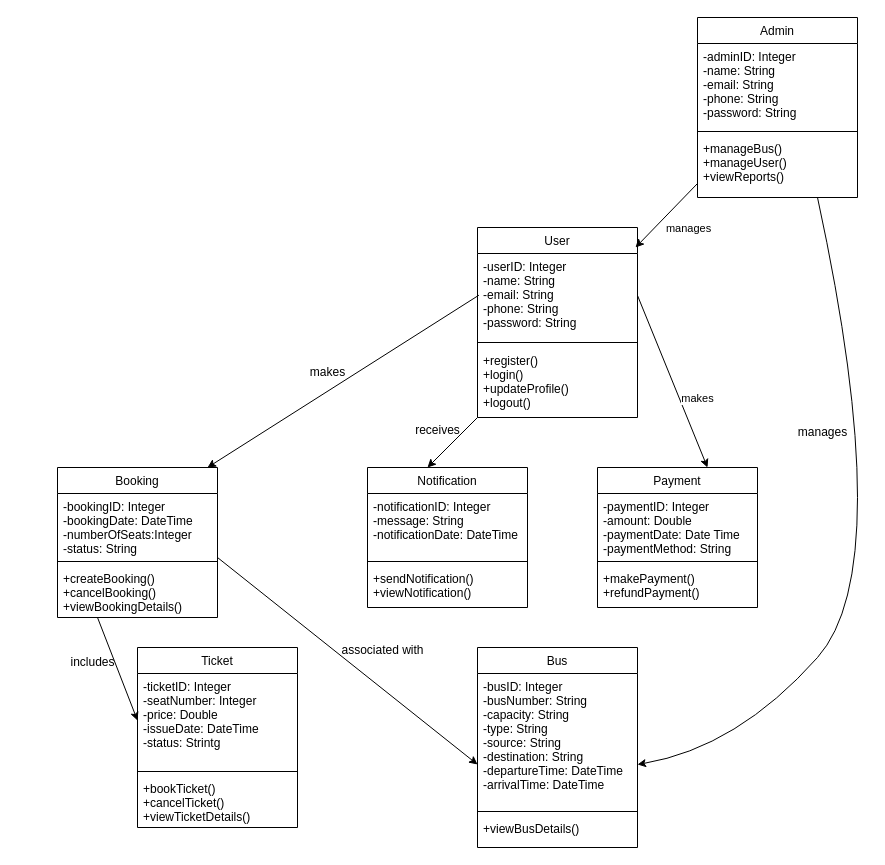
Before: A2 - Class Diagram Online Bus Ticketing System.drawio in Onehealthpoint/SAD-Lab, a draw.io diagram. Source tidied: cells renumbered, new cells numbered last; positions are measured from the earlier drawing's top-left corner, leaving out a move shared by most shapes. Both pictures are drawn from the tidied source at 100%, with x=0, y=0 at pixel (57, 17).
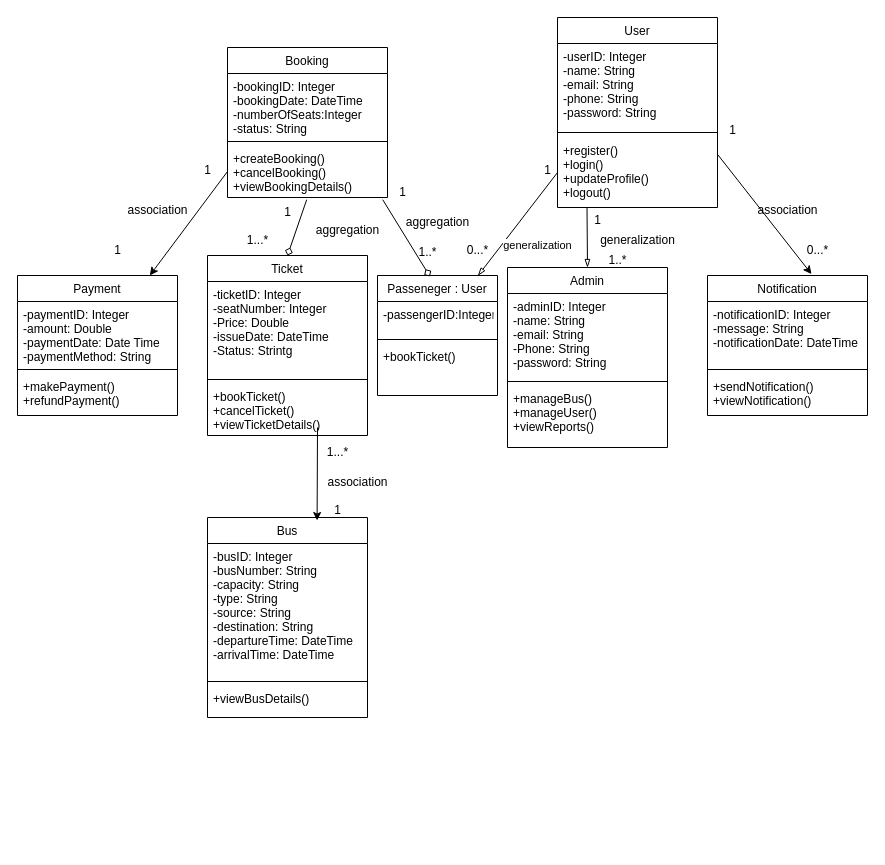
After the change.

Unchanged cells that the change refers to:
```xml
<mxCell id="5" value="+createBooking()&#10;+cancelBooking()&#10;+viewBookingDetails()" style="text;align=left;verticalAlign=top;spacingLeft=4;spacingRight=4;overflow=hidden;points=[[0,0.5],[1,0.5]];portConstraint=eastwest;" parent="2" vertex="1">
  <mxGeometry y="98" width="160" height="52" as="geometry" />
</mxCell>
<mxCell id="11" value="-userID: Integer&#10;-name: String&#10;-email: String&#10;-phone: String&#10;-password: String" style="text;align=left;verticalAlign=top;spacingLeft=4;spacingRight=4;overflow=hidden;points=[[0,0.5],[1,0.5]];portConstraint=eastwest;" parent="10" vertex="1">
  <mxGeometry y="26" width="160" height="84" as="geometry" />
</mxCell>
<mxCell id="13" value="+register()&#10;+login()&#10;+updateProfile()&#10;+logout()" style="text;align=left;verticalAlign=top;spacingLeft=4;spacingRight=4;overflow=hidden;points=[[0,0.5],[1,0.5]];portConstraint=eastwest;" parent="10" vertex="1">
  <mxGeometry y="120" width="160" height="70" as="geometry" />
</mxCell>
```

The edit, as a diff of the source:
```diff
@@
     <mxCell id="2" value="Booking" style="swimlane;fontStyle=0;align=center;verticalAlign=top;horizontal=1;startSize=26;rounded=0;shadow=0;strokeWidth=1;" parent="1" vertex="1">
-      <mxGeometry y="450" width="160" height="150" as="geometry" />
+      <mxGeometry x="170" y="30" width="160" height="150" as="geometry" />
     </mxCell>
@@
     <mxCell id="6" value="Admin" style="swimlane;fontStyle=0;align=center;verticalAlign=top;horizontal=1;startSize=26;rounded=0;shadow=0;strokeWidth=1;" parent="1" vertex="1">
-      <mxGeometry x="640" width="160" height="180" as="geometry" />
+      <mxGeometry x="450" y="250" width="160" height="180" as="geometry" />
     </mxCell>
-    <mxCell id="7" value="-adminID: Integer&#10;-name: String&#10;-email: String&#10;-phone: String&#10;-password: String" style="text;align=left;verticalAlign=top;spacingLeft=4;spacingRight=4;overflow=hidden;" parent="6" vertex="1">
+    <mxCell id="7" value="-adminID: Integer&#10;-name: String&#10;-email: String&#10;-Phone: String&#10;-password: String" style="text;align=left;verticalAlign=top;spacingLeft=4;spacingRight=4;overflow=hidden;" parent="6" vertex="1">
       <mxGeometry y="26" width="160" height="84" as="geometry" />
     </mxCell>
@@
     <mxCell id="10" value="User" style="swimlane;fontStyle=0;align=center;verticalAlign=top;horizontal=1;startSize=26;rounded=0;shadow=0;strokeWidth=1;" parent="1" vertex="1">
-      <mxGeometry x="420" y="210" width="160" height="190" as="geometry" />
+      <mxGeometry x="500" width="160" height="190" as="geometry" />
     </mxCell>
@@
     <mxCell id="14" value="Notification" style="swimlane;fontStyle=0;align=center;verticalAlign=top;horizontal=1;startSize=26;rounded=0;shadow=0;strokeWidth=1;" parent="1" vertex="1">
-      <mxGeometry x="310" y="450" width="160" height="140" as="geometry" />
+      <mxGeometry x="650" y="258" width="160" height="140" as="geometry" />
     </mxCell>
-    <mxCell id="15" value="-notificationID: Integer&#10;-message: String&#10;-notificationDate: DateTime" style="text;align=left;verticalAlign=top;spacingLeft=4;spacingRight=4;overflow=hidden;rounded=0;shadow=0;html=0;" parent="14" vertex="1">
+    <mxCell id="15" value="-notificationID: Integer&#10;-message: String&#10;-notificationDate: DateTime&#10;" style="text;align=left;verticalAlign=top;spacingLeft=4;spacingRight=4;overflow=hidden;rounded=0;shadow=0;html=0;" parent="14" vertex="1">
       <mxGeometry y="26" width="160" height="64" as="geometry" />
     </mxCell>
@@
     <mxCell id="18" value="Payment" style="swimlane;fontStyle=0;align=center;verticalAlign=top;horizontal=1;startSize=26;rounded=0;shadow=0;strokeWidth=1;" parent="1" vertex="1">
-      <mxGeometry x="540" y="450" width="160" height="140" as="geometry" />
+      <mxGeometry x="-40" y="258" width="160" height="140" as="geometry" />
     </mxCell>
@@
     <mxCell id="22" value="Bus" style="swimlane;fontStyle=0;align=center;verticalAlign=top;horizontal=1;startSize=26;rounded=0;shadow=0;strokeWidth=1;" parent="1" vertex="1">
-      <mxGeometry x="420" y="630" width="160" height="200" as="geometry" />
+      <mxGeometry x="150" y="500" width="160" height="200" as="geometry" />
     </mxCell>
-    <mxCell id="23" value="-busID: Integer&#10;-busNumber: String&#10;-capacity: String&#10;-type: String&#10;-source: String&#10;-destination: String&#10;-departureTime: DateTime&#10;-arrivalTime: DateTime" style="text;align=left;verticalAlign=top;spacingLeft=4;spacingRight=4;overflow=hidden;" parent="22" vertex="1">
+    <mxCell id="23" value="-busID: Integer&#10;-busNumber: String&#10;-capacity: String&#10;-type: String&#10;-source: String&#10;-destination: String&#10;-departureTime: DateTime&#10;-arrivalTime: DateTime&#10;" style="text;align=left;verticalAlign=top;spacingLeft=4;spacingRight=4;overflow=hidden;" parent="22" vertex="1">
       <mxGeometry y="26" width="160" height="134" as="geometry" />
     </mxCell>
@@
     <mxCell id="26" value="Ticket" style="swimlane;fontStyle=0;align=center;verticalAlign=top;horizontal=1;startSize=26;rounded=0;shadow=0;strokeWidth=1;" parent="1" vertex="1">
-      <mxGeometry x="80" y="630" width="160" height="180" as="geometry" />
+      <mxGeometry x="150" y="238" width="160" height="180" as="geometry" />
     </mxCell>
-    <mxCell id="27" value="-ticketID: Integer&#10;-seatNumber: Integer&#10;-price: Double&#10;-issueDate: DateTime&#10;-status: Strintg&#10;" style="text;align=left;verticalAlign=top;spacingLeft=4;spacingRight=4;overflow=hidden;points=[[0,0.5],[1,0.5]];portConstraint=eastwest;" parent="26" vertex="1">
+    <mxCell id="27" value="-ticketID: Integer&#10;-seatNumber: Integer&#10;-Price: Double&#10;-issueDate: DateTime&#10;-Status: Strintg&#10;" style="text;align=left;verticalAlign=top;spacingLeft=4;spacingRight=4;overflow=hidden;points=[[0,0.5],[1,0.5]];portConstraint=eastwest;" parent="26" vertex="1">
       <mxGeometry y="26" width="160" height="94" as="geometry" />
     </mxCell>
@@
-    <mxCell id="30" style="curved=1;endArrow=classic;html=1;rounded=0;entryX=1;entryY=0.5;entryDx=0;entryDy=0;exitX=0.75;exitY=1;exitDx=0;exitDy=0;" parent="1" edge="1" source="6">
-      <mxGeometry relative="1" as="geometry">
-        <mxPoint x="580" y="747" as="targetPoint" />
-        <Array as="points">
-          <mxPoint x="840" y="550" />
-          <mxPoint x="680" y="730" />
-        </Array>
-      </mxGeometry>
-    </mxCell>
-    <mxCell id="31" style="endArrow=classic;html=1;rounded=0;" parent="1" edge="1">
-      <mxGeometry relative="1" as="geometry">
-        <mxPoint x="420" y="400" as="sourcePoint" />
-        <mxPoint x="370" y="450" as="targetPoint" />
-      </mxGeometry>
-    </mxCell>
-    <mxCell id="32" style="endArrow=classic;html=1;rounded=0;exitX=0.009;exitY=0.989;exitDx=0;exitDy=0;exitPerimeter=0;" parent="1" edge="1">
-      <mxGeometry relative="1" as="geometry">
-        <mxPoint x="421.4" y="277.7" as="sourcePoint" />
-        <mxPoint x="150" y="450" as="targetPoint" />
-      </mxGeometry>
-    </mxCell>
-    <mxCell id="33" style="endArrow=classic;html=1;rounded=0;" parent="1" edge="1">
-      <mxGeometry relative="1" as="geometry">
-        <mxPoint x="640" y="166" as="sourcePoint" />
-        <mxPoint x="578" y="230" as="targetPoint" />
-      </mxGeometry>
-    </mxCell>
-    <mxCell id="34" value="manages" style="edgeLabel;html=1;align=center;verticalAlign=middle;" parent="33" vertex="1">
-      <mxGeometry x="-0.06" y="1" relative="1" as="geometry">
-        <mxPoint x="19" y="14" as="offset" />
-      </mxGeometry>
-    </mxCell>
-    <mxCell id="35" style="endArrow=classic;html=1;rounded=0;entryX=0;entryY=0.5;entryDx=0;entryDy=0;" parent="1" edge="1" target="27">
-      <mxGeometry relative="1" as="geometry">
-        <mxPoint x="40" y="600" as="sourcePoint" />
-      </mxGeometry>
-    </mxCell>
-    <mxCell id="36" style="endArrow=classic;html=1;rounded=0;entryX=0;entryY=0.5;entryDx=0;entryDy=0;" parent="1" edge="1">
-      <mxGeometry relative="1" as="geometry">
-        <mxPoint x="160" y="540" as="sourcePoint" />
-        <mxPoint x="420" y="747" as="targetPoint" />
-      </mxGeometry>
-    </mxCell>
-    <mxCell id="37" style="endArrow=classic;html=1;rounded=0;exitX=1;exitY=0.5;exitDx=0;exitDy=0;" parent="1" edge="1" source="11">
-      <mxGeometry relative="1" as="geometry">
-        <mxPoint x="650" y="450" as="targetPoint" />
-      </mxGeometry>
-    </mxCell>
-    <mxCell id="38" value="makes" style="edgeLabel;html=1;align=center;verticalAlign=middle;" parent="37" vertex="1">
-      <mxGeometry x="0.14" y="3" relative="1" as="geometry">
-        <mxPoint x="17" y="5" as="offset" />
-      </mxGeometry>
-    </mxCell>
-    <mxCell id="39" value="manages" style="text;html=1;align=center;verticalAlign=middle;strokeColor=none;fillColor=none;" parent="1" vertex="1">
-      <mxGeometry x="730" y="400" width="70" height="30" as="geometry" />
-    </mxCell>
-    <mxCell id="40" value="makes" style="text;html=1;align=center;verticalAlign=middle;strokeColor=none;fillColor=none;" parent="1" vertex="1">
-      <mxGeometry x="240" y="340" width="60" height="30" as="geometry" />
-    </mxCell>
-    <mxCell id="41" value="receives" style="text;html=1;align=center;verticalAlign=middle;strokeColor=none;fillColor=none;" parent="1" vertex="1">
-      <mxGeometry x="345" y="398" width="70" height="30" as="geometry" />
-    </mxCell>
-    <mxCell id="42" value="includes" style="text;html=1;align=center;verticalAlign=middle;strokeColor=none;fillColor=none;" parent="1" vertex="1">
-      <mxGeometry y="630" width="70" height="30" as="geometry" />
-    </mxCell>
-    <mxCell id="43" value="associated with" style="text;html=1;align=center;verticalAlign=middle;strokeColor=none;fillColor=none;" parent="1" vertex="1">
-      <mxGeometry x="270" y="618" width="110" height="30" as="geometry" />
-    </mxCell>
+    <mxCell id="44" style="endArrow=classic;html=1;rounded=0;entryX=0.685;entryY=0.015;entryDx=0;entryDy=0;entryPerimeter=0;" parent="1" edge="1" target="22">
+      <mxGeometry relative="1" as="geometry">
+        <mxPoint x="260" y="410" as="sourcePoint" />
+      </mxGeometry>
+    </mxCell>
+    <mxCell id="45" style="endArrow=classic;html=1;rounded=0;entryX=0.65;entryY=-0.01;entryDx=0;entryDy=0;entryPerimeter=0;exitX=1.003;exitY=0.249;exitDx=0;exitDy=0;exitPerimeter=0;" parent="1" edge="1" source="13" target="14">
+      <mxGeometry relative="1" as="geometry" />
+    </mxCell>
+    <mxCell id="46" style="endArrow=diamond;html=1;rounded=0;entryX=0.5;entryY=0;entryDx=0;entryDy=0;exitX=0.495;exitY=1.042;exitDx=0;exitDy=0;exitPerimeter=0;endFill=0;fontStyle=1;" parent="1" edge="1" source="5" target="26">
+      <mxGeometry relative="1" as="geometry" />
+    </mxCell>
+    <mxCell id="47" style="endArrow=blockThin;html=1;rounded=0;entryX=0.5;entryY=0;entryDx=0;entryDy=0;exitX=0.495;exitY=1.042;exitDx=0;exitDy=0;exitPerimeter=0;endFill=0;" parent="1" edge="1" target="6">
+      <mxGeometry relative="1" as="geometry">
+        <mxPoint x="529.5" y="190" as="sourcePoint" />
+      </mxGeometry>
+    </mxCell>
+    <mxCell id="48" style="endArrow=classic;html=1;rounded=0;exitX=0;exitY=0.5;exitDx=0;exitDy=0;" parent="1" edge="1" source="5" target="18">
+      <mxGeometry relative="1" as="geometry" />
+    </mxCell>
+    <mxCell id="49" value="association" style="text;html=1;align=center;verticalAlign=middle;strokeColor=none;fillColor=none;" parent="1" vertex="1">
+      <mxGeometry x="60" y="178" width="80" height="30" as="geometry" />
+    </mxCell>
+    <mxCell id="50" value="aggregation" style="text;html=1;align=center;verticalAlign=middle;strokeColor=none;fillColor=none;" parent="1" vertex="1">
+      <mxGeometry x="245" y="198" width="90" height="30" as="geometry" />
+    </mxCell>
+    <mxCell id="51" value="generalization" style="text;html=1;align=center;verticalAlign=middle;strokeColor=none;fillColor=none;" parent="1" vertex="1">
+      <mxGeometry x="530" y="208" width="100" height="30" as="geometry" />
+    </mxCell>
+    <mxCell id="52" value="association" style="text;html=1;align=center;verticalAlign=middle;strokeColor=none;fillColor=none;" parent="1" vertex="1">
+      <mxGeometry x="690" y="178" width="80" height="30" as="geometry" />
+    </mxCell>
+    <mxCell id="53" value="association" style="text;html=1;align=center;verticalAlign=middle;strokeColor=none;fillColor=none;" parent="1" vertex="1">
+      <mxGeometry x="260" y="450" width="80" height="30" as="geometry" />
+    </mxCell>
+    <mxCell id="54" value="Passeneger : User" style="swimlane;fontStyle=0;align=center;verticalAlign=top;horizontal=1;startSize=26;rounded=0;shadow=0;strokeWidth=1;" parent="1" vertex="1">
+      <mxGeometry x="320" y="258" width="120" height="120" as="geometry" />
+    </mxCell>
+    <mxCell id="55" value="-passengerID:Integer&#10;" style="text;align=left;verticalAlign=top;spacingLeft=4;spacingRight=4;overflow=hidden;" parent="54" vertex="1">
+      <mxGeometry y="26" width="120" height="34" as="geometry" />
+    </mxCell>
+    <mxCell id="56" style="line;html=1;strokeWidth=1;align=left;verticalAlign=middle;spacingTop=-1;spacingLeft=3;spacingRight=3;labelPosition=right;" parent="54" vertex="1">
+      <mxGeometry y="60" width="120" height="8" as="geometry" />
+    </mxCell>
+    <mxCell id="57" value="+bookTicket()" style="text;align=left;verticalAlign=top;spacingLeft=4;spacingRight=4;overflow=hidden;" parent="54" vertex="1">
+      <mxGeometry y="68" width="120" height="52" as="geometry" />
+    </mxCell>
+    <mxCell id="58" style="endArrow=diamond;html=1;rounded=0;entryX=0.437;entryY=0.008;entryDx=0;entryDy=0;exitX=0.97;exitY=1.042;exitDx=0;exitDy=0;exitPerimeter=0;endFill=0;entryPerimeter=0;" parent="1" edge="1" source="5" target="54">
+      <mxGeometry relative="1" as="geometry" />
+    </mxCell>
+    <mxCell id="59" value="aggregation" style="text;html=1;align=center;verticalAlign=middle;strokeColor=none;fillColor=none;" parent="1" vertex="1">
+      <mxGeometry x="335" y="190" width="90" height="30" as="geometry" />
+    </mxCell>
+    <mxCell id="60" style="endArrow=blockThin;html=1;rounded=0;entryX=0.837;entryY=0.002;entryDx=0;entryDy=0;exitX=0;exitY=0.5;exitDx=0;exitDy=0;endFill=0;entryPerimeter=0;" parent="1" edge="1" source="13" target="54">
+      <mxGeometry relative="1" as="geometry" />
+    </mxCell>
+    <mxCell id="61" value="generalization" style="edgeLabel;html=1;align=center;verticalAlign=middle;" parent="60" vertex="1">
+      <mxGeometry x="0.01" y="4" relative="1" as="geometry">
+        <mxPoint x="17" y="18" as="offset" />
+      </mxGeometry>
+    </mxCell>
+    <mxCell id="62" value="1" style="text;html=1;align=center;verticalAlign=middle;strokeColor=none;fillColor=none;" parent="1" vertex="1">
+      <mxGeometry x="660" y="98" width="30" height="30" as="geometry" />
+    </mxCell>
+    <mxCell id="63" value="0...*" style="text;html=1;align=center;verticalAlign=middle;strokeColor=none;fillColor=none;" parent="1" vertex="1">
+      <mxGeometry x="740" y="218" width="40" height="30" as="geometry" />
+    </mxCell>
+    <mxCell id="64" value="1" style="text;html=1;align=center;verticalAlign=middle;strokeColor=none;fillColor=none;" parent="1" vertex="1">
+      <mxGeometry x="525" y="188" width="30" height="30" as="geometry" />
+    </mxCell>
+    <mxCell id="65" value="1..*" style="text;html=1;align=center;verticalAlign=middle;strokeColor=none;fillColor=none;" parent="1" vertex="1">
+      <mxGeometry x="540" y="228" width="40" height="30" as="geometry" />
+    </mxCell>
+    <mxCell id="66" value="1" style="text;html=1;align=center;verticalAlign=middle;strokeColor=none;fillColor=none;" parent="1" vertex="1">
+      <mxGeometry x="475" y="138" width="30" height="30" as="geometry" />
+    </mxCell>
+    <mxCell id="67" value="0...*" style="text;html=1;align=center;verticalAlign=middle;strokeColor=none;fillColor=none;" parent="1" vertex="1">
+      <mxGeometry x="400" y="218" width="40" height="30" as="geometry" />
+    </mxCell>
+    <mxCell id="68" value="1" style="text;html=1;align=center;verticalAlign=middle;strokeColor=none;fillColor=none;" parent="1" vertex="1">
+      <mxGeometry x="135" y="138" width="30" height="30" as="geometry" />
+    </mxCell>
+    <mxCell id="69" value="1" style="text;html=1;align=center;verticalAlign=middle;strokeColor=none;fillColor=none;" parent="1" vertex="1">
+      <mxGeometry x="45" y="218" width="30" height="30" as="geometry" />
+    </mxCell>
+    <mxCell id="70" value="1" style="text;html=1;align=center;verticalAlign=middle;strokeColor=none;fillColor=none;" parent="1" vertex="1">
+      <mxGeometry x="265" y="478" width="30" height="30" as="geometry" />
+    </mxCell>
+    <mxCell id="71" value="1...*" style="text;html=1;align=center;verticalAlign=middle;strokeColor=none;fillColor=none;" parent="1" vertex="1">
+      <mxGeometry x="260" y="420" width="40" height="30" as="geometry" />
+    </mxCell>
+    <mxCell id="72" value="1" style="text;html=1;align=center;verticalAlign=middle;strokeColor=none;fillColor=none;" parent="1" vertex="1">
+      <mxGeometry x="215" y="180" width="30" height="30" as="geometry" />
+    </mxCell>
+    <mxCell id="73" value="1...*" style="text;html=1;align=center;verticalAlign=middle;strokeColor=none;fillColor=none;" parent="1" vertex="1">
+      <mxGeometry x="180" y="208" width="40" height="30" as="geometry" />
+    </mxCell>
+    <mxCell id="74" value="1..*" style="text;html=1;align=center;verticalAlign=middle;strokeColor=none;fillColor=none;" parent="1" vertex="1">
+      <mxGeometry x="350" y="220" width="40" height="30" as="geometry" />
+    </mxCell>
+    <mxCell id="75" value="1" style="text;html=1;align=center;verticalAlign=middle;strokeColor=none;fillColor=none;" parent="1" vertex="1">
+      <mxGeometry x="330" y="160" width="30" height="30" as="geometry" />
+    </mxCell>
```
